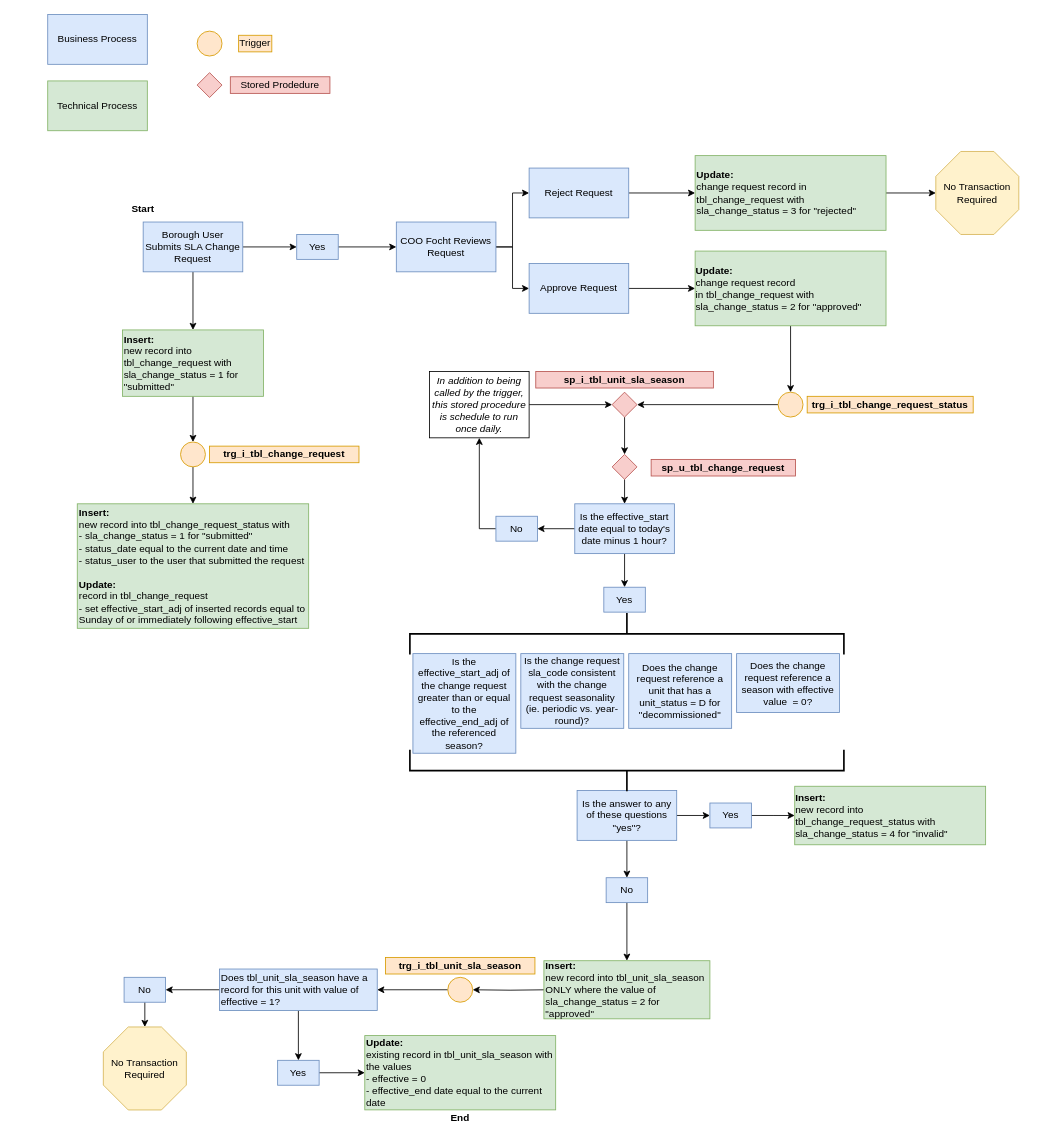
NYC-Parks/SLADB keeps this draw.io diagram as images/diagram7.drawio. Above is the earlier version. Source tidied: cells renumbered, new cells numbered last; positions are measured from the earlier drawing's top-left corner, leaving out a move shared by most shapes. Both pictures are drawn from the tidied source at 83%, with x=0, y=0 at pixel (47, 14).
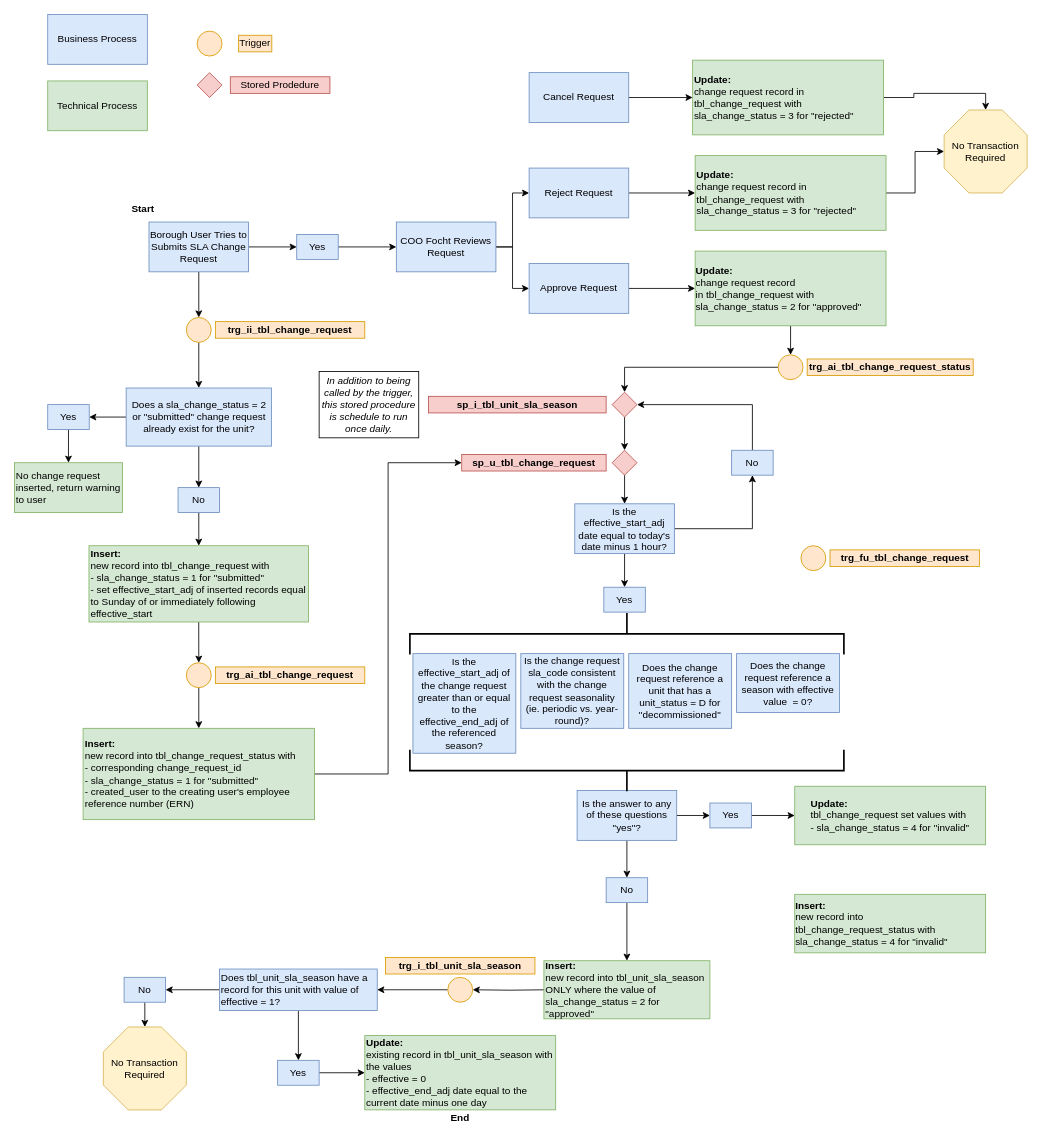
The same page after the edit.

Unchanged cells that the change refers to:
```xml
<mxCell id="46" style="rhombus;whiteSpace=wrap;html=1;align=left;fillColor=#f8cecc;strokeColor=#b85450;" parent="1" vertex="1">
  <mxGeometry x="680" y="455" width="30" height="30" as="geometry" />
</mxCell>
<mxCell id="74" value="Yes" style="rounded=0;whiteSpace=wrap;html=1;fillColor=#dae8fc;strokeColor=#6c8ebf;" parent="1" vertex="1">
  <mxGeometry x="670" y="690" width="50" height="30" as="geometry" />
</mxCell>
```

Change to the diagram source:
```diff
@@
-    <mxCell id="6" style="edgeStyle=orthogonalEdgeStyle;rounded=0;jettySize=auto;html=1;" parent="1" edge="1" source="8" target="14">
-      <mxGeometry relative="1" as="geometry" />
-    </mxCell>
@@
+    <mxCell id="79" style="edgeStyle=orthogonalEdgeStyle;rounded=0;jettySize=auto;html=1;exitX=0.5;exitY=1;exitDx=0;exitDy=0;entryX=0.5;entryY=0;entryDx=0;entryDy=0;" parent="1" edge="1" source="8" target="93">
+      <mxGeometry relative="1" as="geometry" />
+    </mxCell>
-    <mxCell id="8" value="Borough User Submits SLA Change Request" style="rounded=0;whiteSpace=wrap;html=1;fillColor=#dae8fc;strokeColor=#6c8ebf;" parent="1" vertex="1">
-      <mxGeometry x="115" y="250" width="120" height="60" as="geometry" />
+    <mxCell id="8" value="Borough User Tries to Submits SLA Change Request" style="rounded=0;whiteSpace=wrap;html=1;fillColor=#dae8fc;strokeColor=#6c8ebf;" parent="1" vertex="1">
+      <mxGeometry x="122" y="250" width="120" height="60" as="geometry" />
     </mxCell>
@@
-    <mxCell id="12" style="edgeStyle=orthogonalEdgeStyle;rounded=0;jettySize=auto;html=1;exitX=0.5;exitY=1;exitDx=0;exitDy=0;" parent="1" edge="1" source="31" target="15">
-      <mxGeometry relative="1" as="geometry" />
-    </mxCell>
-    <mxCell id="13" style="edgeStyle=orthogonalEdgeStyle;rounded=0;jettySize=auto;html=1;" parent="1" edge="1" source="14" target="31">
-      <mxGeometry relative="1" as="geometry" />
-    </mxCell>
+    <mxCell id="80" style="edgeStyle=orthogonalEdgeStyle;rounded=0;jettySize=auto;html=1;exitX=0.5;exitY=1;exitDx=0;exitDy=0;entryX=0.5;entryY=0;entryDx=0;entryDy=0;" parent="1" edge="1" source="14" target="101">
+      <mxGeometry relative="1" as="geometry" />
+    </mxCell>
-    <mxCell id="14" value="Insert:&lt;br&gt;&lt;span style=&quot;font-weight: normal&quot;&gt;new record into tbl_change_request with&amp;nbsp; sla_change_status = 1 for &quot;submitted&quot;&lt;br&gt;&lt;/span&gt;" style="rounded=0;whiteSpace=wrap;html=1;fillColor=#d5e8d4;strokeColor=#82b366;fontStyle=1;align=left;" parent="1" vertex="1">
-      <mxGeometry x="90" y="380" width="170" height="80" as="geometry" />
+    <mxCell id="14" value="Insert:&lt;br&gt;&lt;span style=&quot;font-weight: normal&quot;&gt;new record into tbl_change_request with&lt;br&gt;- sla_change_status = 1 for &quot;submitted&quot;&lt;br&gt;-&amp;nbsp;&lt;/span&gt;&lt;span style=&quot;font-weight: 400&quot;&gt;set effective_start_adj of inserted records equal to Sunday of or immediately following effective_start&lt;/span&gt;&lt;span style=&quot;font-weight: normal&quot;&gt;&lt;br&gt;&lt;/span&gt;" style="rounded=0;whiteSpace=wrap;html=1;fillColor=#d5e8d4;strokeColor=#82b366;fontStyle=1;align=left;" parent="1" vertex="1">
+      <mxGeometry x="49.7" y="640" width="264.5" height="91.9" as="geometry" />
     </mxCell>
+    <mxCell id="81" style="edgeStyle=orthogonalEdgeStyle;rounded=0;jettySize=auto;html=1;exitX=1;exitY=0.5;exitDx=0;exitDy=0;entryX=0;entryY=0.5;entryDx=0;entryDy=0;" parent="1" edge="1" source="15" target="65">
+      <mxGeometry relative="1" as="geometry" />
+    </mxCell>
-    <mxCell id="15" value="Insert:&lt;br&gt;&lt;span style=&quot;font-weight: normal&quot;&gt;new record into tbl_change_request_status with &lt;/span&gt;&lt;br&gt;&lt;span style=&quot;font-weight: normal&quot;&gt;- sla_change_status = 1 for &quot;submitted&quot;&lt;/span&gt;&lt;br&gt;&lt;span style=&quot;font-weight: normal&quot;&gt;- status_date equal to the current date and time&lt;/span&gt;&lt;br&gt;&lt;span style=&quot;font-weight: normal&quot;&gt;- status_user to the user that submitted the request&lt;/span&gt;&lt;br&gt;&lt;br&gt;Update:&lt;br&gt;&lt;span style=&quot;font-weight: normal&quot;&gt;record in tbl_change_request&lt;br&gt;- set effective_start_adj of inserted records equal to Sunday of or immediately following effective_start&lt;br&gt;&lt;/span&gt;" style="rounded=0;whiteSpace=wrap;html=1;fillColor=#d5e8d4;strokeColor=#82b366;fontStyle=1;align=left;" parent="1" vertex="1">
-      <mxGeometry x="35.6" y="589.5" width="278.8" height="150" as="geometry" />
+    <mxCell id="15" value="Insert:&lt;br&gt;&lt;span style=&quot;font-weight: normal&quot;&gt;new record into tbl_change_request_status with&lt;br&gt;- corresponding change_request_id&amp;nbsp;&amp;nbsp;&lt;/span&gt;&lt;br&gt;&lt;span style=&quot;font-weight: normal&quot;&gt;- sla_change_status = 1 for &quot;submitted&quot;&lt;/span&gt;&lt;br&gt;&lt;span style=&quot;font-weight: normal&quot;&gt;- created_user to the&amp;nbsp;&lt;/span&gt;&lt;span style=&quot;font-weight: 400&quot;&gt;creating user's employee reference number (ERN)&lt;/span&gt;&lt;span style=&quot;font-weight: normal&quot;&gt;&lt;br&gt;&lt;/span&gt;" style="rounded=0;whiteSpace=wrap;html=1;fillColor=#d5e8d4;strokeColor=#82b366;fontStyle=1;align=left;" parent="1" vertex="1">
+      <mxGeometry x="42.6" y="860" width="278.8" height="110" as="geometry" />
     </mxCell>
@@
+    <mxCell id="23" style="edgeStyle=orthogonalEdgeStyle;rounded=0;jettySize=auto;html=1;" parent="1" edge="1" source="24" target="74">
+      <mxGeometry relative="1" as="geometry" />
+    </mxCell>
-    <mxCell id="22" style="edgeStyle=orthogonalEdgeStyle;rounded=0;jettySize=auto;html=1;" parent="1" edge="1" source="24" target="26">
+    <mxCell id="22" style="edgeStyle=orthogonalEdgeStyle;rounded=0;jettySize=auto;html=1;exitX=1;exitY=0.5;exitDx=0;exitDy=0;entryX=0.5;entryY=1;entryDx=0;entryDy=0;" parent="1" edge="1" source="24" target="26">
       <mxGeometry relative="1" as="geometry" />
     </mxCell>
-    <mxCell id="23" style="edgeStyle=orthogonalEdgeStyle;rounded=0;jettySize=auto;html=1;" parent="1" edge="1" source="24" target="74">
-      <mxGeometry relative="1" as="geometry" />
-    </mxCell>
-    <mxCell id="24" value="Is the effective_start date equal to today's date minus 1 hour?" style="rounded=0;whiteSpace=wrap;html=1;fillColor=#dae8fc;strokeColor=#6c8ebf;" parent="1" vertex="1">
+    <mxCell id="24" value="Is the effective_start_adj date equal to today's date minus 1 hour?" style="rounded=0;whiteSpace=wrap;html=1;fillColor=#dae8fc;strokeColor=#6c8ebf;" parent="1" vertex="1">
       <mxGeometry x="635" y="589.5" width="120" height="60" as="geometry" />
     </mxCell>
-    <mxCell id="25" style="edgeStyle=orthogonalEdgeStyle;rounded=0;jettySize=auto;html=1;exitX=0;exitY=0.5;exitDx=0;exitDy=0;" parent="1" edge="1" source="26" target="51">
-      <mxGeometry relative="1" as="geometry" />
-    </mxCell>
+    <mxCell id="82" style="edgeStyle=orthogonalEdgeStyle;rounded=0;jettySize=auto;html=1;exitX=0.5;exitY=0;exitDx=0;exitDy=0;entryX=1;entryY=0.5;entryDx=0;entryDy=0;" parent="1" edge="1" source="26" target="46">
+      <mxGeometry relative="1" as="geometry" />
+    </mxCell>
     <mxCell id="26" value="No" style="rounded=0;whiteSpace=wrap;html=1;fillColor=#dae8fc;strokeColor=#6c8ebf;" parent="1" vertex="1">
-      <mxGeometry x="540" y="604.5" width="50" height="30" as="geometry" />
+      <mxGeometry x="824" y="525" width="50" height="30" as="geometry" />
     </mxCell>
@@
-    <mxCell id="28" value="&lt;b&gt;trg_i_tbl_change_request&lt;/b&gt;" style="text;html=1;strokeColor=#d79b00;fillColor=#ffe6cc;align=center;verticalAlign=middle;whiteSpace=wrap;rounded=0;" parent="1" vertex="1">
-      <mxGeometry x="195" y="520" width="180" height="20" as="geometry" />
+    <mxCell id="28" value="&lt;b&gt;trg_fu_tbl_change_request&lt;/b&gt;" style="text;html=1;strokeColor=#d79b00;fillColor=#ffe6cc;align=center;verticalAlign=middle;whiteSpace=wrap;rounded=0;" parent="1" vertex="1">
+      <mxGeometry x="942.5" y="645" width="180" height="20" as="geometry" />
     </mxCell>
@@
     <mxCell id="31" style="ellipse;whiteSpace=wrap;html=1;fillColor=#ffe6cc;strokeColor=#d79b00;" parent="1" vertex="1">
-      <mxGeometry x="160" y="515" width="30" height="30" as="geometry" />
+      <mxGeometry x="907.5" y="640" width="30" height="30" as="geometry" />
     </mxCell>
     <mxCell id="32" value="&lt;b&gt;sp_i_tbl_unit_sla_season&lt;br&gt;&lt;/b&gt;" style="text;html=1;strokeColor=#b85450;fillColor=#f8cecc;align=center;verticalAlign=middle;whiteSpace=wrap;rounded=0;" parent="1" vertex="1">
-      <mxGeometry x="588" y="430" width="214" height="20" as="geometry" />
+      <mxGeometry x="458.8" y="460" width="214" height="20" as="geometry" />
     </mxCell>
@@
-    <mxCell id="38" style="edgeStyle=orthogonalEdgeStyle;rounded=0;jettySize=auto;html=1;exitX=0;exitY=0.5;exitDx=0;exitDy=0;entryX=1;entryY=0.5;entryDx=0;entryDy=0;" parent="1" edge="1" source="39" target="46">
+    <mxCell id="38" style="edgeStyle=orthogonalEdgeStyle;rounded=0;jettySize=auto;html=1;exitX=0;exitY=0.5;exitDx=0;exitDy=0;entryX=0.5;entryY=0;entryDx=0;entryDy=0;" parent="1" edge="1" source="39" target="46">
       <mxGeometry relative="1" as="geometry" />
     </mxCell>
     <mxCell id="39" style="ellipse;whiteSpace=wrap;html=1;fillColor=#ffe6cc;strokeColor=#d79b00;" parent="1" vertex="1">
-      <mxGeometry x="880" y="455" width="30" height="30" as="geometry" />
+      <mxGeometry x="880" y="410" width="30" height="30" as="geometry" />
     </mxCell>
-    <mxCell id="40" value="&lt;b&gt;trg_i_tbl_change_request_status&lt;/b&gt;" style="text;html=1;strokeColor=#d79b00;fillColor=#ffe6cc;align=center;verticalAlign=middle;whiteSpace=wrap;rounded=0;" parent="1" vertex="1">
-      <mxGeometry x="915" y="460" width="200" height="20" as="geometry" />
+    <mxCell id="40" value="&lt;b&gt;trg_ai_tbl_change_request_status&lt;/b&gt;" style="text;html=1;strokeColor=#d79b00;fillColor=#ffe6cc;align=center;verticalAlign=middle;whiteSpace=wrap;rounded=0;" parent="1" vertex="1">
+      <mxGeometry x="915" y="415" width="200" height="20" as="geometry" />
     </mxCell>
@@
-    <mxCell id="44" value="Update:&lt;br&gt;&lt;span style=&quot;font-weight: normal&quot;&gt;existing record in tbl_unit_sla_season with the values&lt;/span&gt;&lt;br&gt;&lt;span style=&quot;font-weight: normal&quot;&gt;- effective = 0&lt;br&gt;- effective_end date equal to the current date&lt;br&gt;&lt;/span&gt;" style="rounded=0;whiteSpace=wrap;html=1;fillColor=#d5e8d4;strokeColor=#82b366;fontStyle=1;align=left;" parent="1" vertex="1">
+    <mxCell id="44" value="Update:&lt;br&gt;&lt;span style=&quot;font-weight: normal&quot;&gt;existing record in tbl_unit_sla_season with the values&lt;/span&gt;&lt;br&gt;&lt;span style=&quot;font-weight: normal&quot;&gt;- effective = 0&lt;br&gt;- effective_end_adj date equal to the current date minus one day&lt;br&gt;&lt;/span&gt;" style="rounded=0;whiteSpace=wrap;html=1;fillColor=#d5e8d4;strokeColor=#82b366;fontStyle=1;align=left;" parent="1" vertex="1">
       <mxGeometry x="382" y="1230.2" width="230" height="89.5" as="geometry" />
     </mxCell>
@@
     <mxCell id="49" value="No Transaction Required" style="whiteSpace=wrap;html=1;shape=mxgraph.basic.octagon2;align=center;verticalAlign=middle;dx=15;fillColor=#fff2cc;strokeColor=#d6b656;" parent="1" vertex="1">
-      <mxGeometry x="1070" y="165" width="100" height="100" as="geometry" />
+      <mxGeometry x="1080" y="115" width="100" height="100" as="geometry" />
     </mxCell>
-    <mxCell id="50" style="edgeStyle=orthogonalEdgeStyle;rounded=0;jettySize=auto;html=1;exitX=1;exitY=0.5;exitDx=0;exitDy=0;entryX=0;entryY=0.5;entryDx=0;entryDy=0;" parent="1" edge="1" source="51" target="46">
-      <mxGeometry relative="1" as="geometry" />
-    </mxCell>
     <mxCell id="51" value="&lt;i&gt;In addition to being called by the trigger, this stored procedure is schedule to run once daily.&lt;/i&gt;" style="rounded=0;whiteSpace=wrap;html=1;" parent="1" vertex="1">
-      <mxGeometry x="460" y="430" width="120" height="80" as="geometry" />
+      <mxGeometry x="327" y="430" width="120" height="80" as="geometry" />
     </mxCell>
@@
-    <mxCell id="59" value="&lt;div style=&quot;text-align: left&quot;&gt;&lt;span&gt;&lt;b&gt;Insert:&lt;/b&gt;&lt;/span&gt;&lt;/div&gt;&lt;div style=&quot;text-align: left&quot;&gt;&lt;span&gt;new record into tbl_change_request_status with sla_change_status = 4 for &quot;invalid&quot;&lt;/span&gt;&lt;/div&gt;" style="rounded=0;whiteSpace=wrap;html=1;fillColor=#d5e8d4;strokeColor=#82b366;" parent="1" vertex="1">
+    <mxCell id="59" value="&lt;div style=&quot;text-align: left&quot;&gt;&lt;b&gt;Update:&lt;/b&gt;&lt;/div&gt;&lt;div style=&quot;text-align: left&quot;&gt;&lt;span&gt;tbl_change_request set values with&amp;nbsp;&lt;/span&gt;&lt;/div&gt;&lt;div style=&quot;text-align: left&quot;&gt;&lt;span&gt;- sla_change_status = 4 for &quot;invalid&quot;&lt;/span&gt;&lt;/div&gt;" style="rounded=0;whiteSpace=wrap;html=1;fillColor=#d5e8d4;strokeColor=#82b366;" parent="1" vertex="1">
       <mxGeometry x="900" y="929.8" width="230" height="70.5" as="geometry" />
     </mxCell>
@@
     <mxCell id="64" style="rhombus;whiteSpace=wrap;html=1;align=left;fillColor=#f8cecc;strokeColor=#b85450;" parent="1" vertex="1">
-      <mxGeometry x="680" y="530" width="30" height="30" as="geometry" />
+      <mxGeometry x="680" y="525" width="30" height="30" as="geometry" />
     </mxCell>
     <mxCell id="65" value="&lt;b&gt;sp_u_tbl_change_request&lt;br&gt;&lt;/b&gt;" style="text;html=1;strokeColor=#b85450;fillColor=#f8cecc;align=center;verticalAlign=middle;whiteSpace=wrap;rounded=0;" parent="1" vertex="1">
-      <mxGeometry x="727" y="536" width="174" height="20" as="geometry" />
+      <mxGeometry x="498.8" y="530" width="174" height="20" as="geometry" />
     </mxCell>
@@
+    <mxCell id="83" value="&lt;b&gt;trg_ii_tbl_change_request&lt;/b&gt;" style="text;html=1;strokeColor=#d79b00;fillColor=#ffe6cc;align=center;verticalAlign=middle;whiteSpace=wrap;rounded=0;" parent="1" vertex="1">
+      <mxGeometry x="202" y="370" width="180" height="20" as="geometry" />
+    </mxCell>
+    <mxCell id="84" style="edgeStyle=orthogonalEdgeStyle;rounded=0;jettySize=auto;html=1;" parent="1" edge="1" source="86" target="97">
+      <mxGeometry relative="1" as="geometry" />
+    </mxCell>
+    <mxCell id="85" style="edgeStyle=orthogonalEdgeStyle;rounded=0;jettySize=auto;html=1;exitX=0;exitY=0.5;exitDx=0;exitDy=0;entryX=1;entryY=0.5;entryDx=0;entryDy=0;" parent="1" edge="1" source="86" target="95">
+      <mxGeometry relative="1" as="geometry" />
+    </mxCell>
+    <mxCell id="86" value="Does a sla_change_status = 2 or &quot;submitted&quot; change request already exist for the unit?" style="rounded=0;whiteSpace=wrap;html=1;fillColor=#dae8fc;strokeColor=#6c8ebf;" parent="1" vertex="1">
+      <mxGeometry x="94.5" y="450" width="175" height="70" as="geometry" />
+    </mxCell>
+    <mxCell id="87" style="edgeStyle=orthogonalEdgeStyle;rounded=0;jettySize=auto;html=1;exitX=1;exitY=0.5;exitDx=0;exitDy=0;entryX=0;entryY=0.5;entryDx=0;entryDy=0;" parent="1" edge="1" source="88" target="90">
+      <mxGeometry relative="1" as="geometry" />
+    </mxCell>
+    <mxCell id="88" value="Cancel Request" style="rounded=0;whiteSpace=wrap;html=1;fillColor=#dae8fc;strokeColor=#6c8ebf;" parent="1" vertex="1">
+      <mxGeometry x="580" y="70" width="120" height="60" as="geometry" />
+    </mxCell>
+    <mxCell id="89" style="edgeStyle=orthogonalEdgeStyle;rounded=0;jettySize=auto;html=1;exitX=1;exitY=0.5;exitDx=0;exitDy=0;entryX=0.5;entryY=0;entryDx=0;entryDy=0;entryPerimeter=0;" parent="1" edge="1" source="90" target="49">
+      <mxGeometry relative="1" as="geometry" />
+    </mxCell>
+    <mxCell id="90" value="&lt;div&gt;&lt;span&gt;&lt;b&gt;Update:&lt;/b&gt;&lt;/span&gt;&lt;/div&gt;&lt;div&gt;&lt;span&gt;change request record in tbl_change_request with sla_change_status = 3 for &quot;rejected&quot;&lt;/span&gt;&lt;/div&gt;" style="rounded=0;whiteSpace=wrap;html=1;fillColor=#d5e8d4;strokeColor=#82b366;align=left;" parent="1" vertex="1">
+      <mxGeometry x="777" y="55" width="230" height="90" as="geometry" />
+    </mxCell>
+    <mxCell id="91" value="&lt;div&gt;&lt;span style=&quot;font-weight: normal&quot;&gt;No change request inserted, return warning to user&lt;/span&gt;&lt;/div&gt;" style="rounded=0;whiteSpace=wrap;html=1;fillColor=#d5e8d4;strokeColor=#82b366;align=left;fontStyle=1;" parent="1" vertex="1">
+      <mxGeometry x="-40" y="540" width="130" height="60" as="geometry" />
+    </mxCell>
+    <mxCell id="92" style="edgeStyle=orthogonalEdgeStyle;rounded=0;jettySize=auto;html=1;exitX=0.5;exitY=1;exitDx=0;exitDy=0;entryX=0.5;entryY=0;entryDx=0;entryDy=0;" parent="1" edge="1" source="93" target="86">
+      <mxGeometry relative="1" as="geometry" />
+    </mxCell>
+    <mxCell id="93" style="ellipse;whiteSpace=wrap;html=1;fillColor=#ffe6cc;strokeColor=#d79b00;" parent="1" vertex="1">
+      <mxGeometry x="167" y="365" width="30" height="30" as="geometry" />
+    </mxCell>
+    <mxCell id="94" style="edgeStyle=orthogonalEdgeStyle;rounded=0;jettySize=auto;html=1;exitX=0.5;exitY=1;exitDx=0;exitDy=0;entryX=0.5;entryY=0;entryDx=0;entryDy=0;" parent="1" edge="1" source="95" target="91">
+      <mxGeometry relative="1" as="geometry" />
+    </mxCell>
+    <mxCell id="95" value="Yes" style="rounded=0;whiteSpace=wrap;html=1;fillColor=#dae8fc;strokeColor=#6c8ebf;" parent="1" vertex="1">
+      <mxGeometry y="470" width="50" height="30" as="geometry" />
+    </mxCell>
+    <mxCell id="96" style="edgeStyle=orthogonalEdgeStyle;rounded=0;jettySize=auto;html=1;" parent="1" edge="1" source="97" target="14">
+      <mxGeometry relative="1" as="geometry" />
+    </mxCell>
+    <mxCell id="97" value="No" style="rounded=0;whiteSpace=wrap;html=1;fillColor=#dae8fc;strokeColor=#6c8ebf;" parent="1" vertex="1">
+      <mxGeometry x="157" y="570" width="50" height="30" as="geometry" />
+    </mxCell>
+    <mxCell id="98" style="edgeStyle=orthogonalEdgeStyle;rounded=0;orthogonalLoop=1;jettySize=auto;html=1;exitX=0.5;exitY=1;exitDx=0;exitDy=0;" parent="1" edge="1" source="91" target="91">
+      <mxGeometry relative="1" as="geometry" />
+    </mxCell>
+    <mxCell id="99" value="&lt;b&gt;trg_ai_tbl_change_request&lt;/b&gt;" style="text;html=1;strokeColor=#d79b00;fillColor=#ffe6cc;align=center;verticalAlign=middle;whiteSpace=wrap;rounded=0;" parent="1" vertex="1">
+      <mxGeometry x="202" y="786" width="180" height="20" as="geometry" />
+    </mxCell>
+    <mxCell id="100" style="edgeStyle=orthogonalEdgeStyle;rounded=0;jettySize=auto;html=1;exitX=0.5;exitY=1;exitDx=0;exitDy=0;entryX=0.5;entryY=0;entryDx=0;entryDy=0;" parent="1" edge="1" source="101" target="15">
+      <mxGeometry relative="1" as="geometry" />
+    </mxCell>
+    <mxCell id="101" style="ellipse;whiteSpace=wrap;html=1;fillColor=#ffe6cc;strokeColor=#d79b00;" parent="1" vertex="1">
+      <mxGeometry x="167" y="781" width="30" height="30" as="geometry" />
+    </mxCell>
+    <mxCell id="102" style="edgeStyle=orthogonalEdgeStyle;rounded=0;orthogonalLoop=1;jettySize=auto;html=1;exitX=0.5;exitY=1;exitDx=0;exitDy=0;" parent="1" edge="1" source="101" target="101">
+      <mxGeometry relative="1" as="geometry" />
+    </mxCell>
+    <mxCell id="103" value="&lt;div style=&quot;text-align: left&quot;&gt;&lt;span&gt;&lt;b&gt;Insert:&lt;/b&gt;&lt;/span&gt;&lt;/div&gt;&lt;div style=&quot;text-align: left&quot;&gt;&lt;span&gt;new record into tbl_change_request_status with sla_change_status = 4 for &quot;invalid&quot;&lt;/span&gt;&lt;/div&gt;" style="rounded=0;whiteSpace=wrap;html=1;fillColor=#d5e8d4;strokeColor=#82b366;" parent="1" vertex="1">
+      <mxGeometry x="900" y="1060" width="230" height="70.5" as="geometry" />
+    </mxCell>
```
